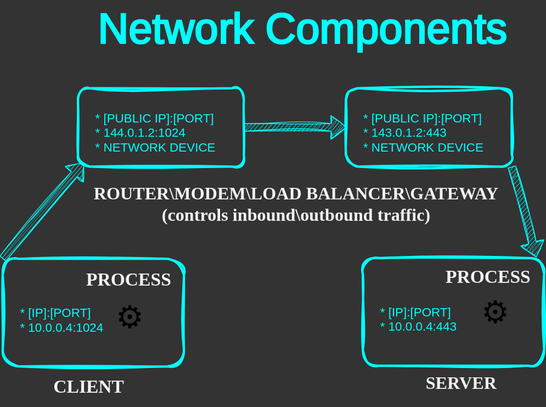
Earlier version of the draw.io export course/content/operating-systems/linux/monitoring/network/network.drawio.svg (marcel-dempers/docker-development-youtube-series). Source tidied: cells renumbered, new cells last; positions are measured from the earlier drawing's top-left corner, leaving out a move shared by most shapes. Source of this version:
```xml
<mxGraphModel background="#333333">
  <root>
    <mxCell id="0" />
    <mxCell id="1" parent="0" />
    <mxCell id="2" value="&lt;font style=&quot;font-size: 16px;&quot;&gt;&lt;br&gt;&lt;/font&gt;&lt;div&gt;&lt;font style=&quot;font-size: 16px;&quot;&gt;* [IP]:[PORT]&amp;nbsp;&lt;/font&gt;&lt;/div&gt;&lt;div&gt;&lt;font style=&quot;font-size: 16px;&quot;&gt;* 10.0.0.4:1024&lt;/font&gt;&lt;/div&gt;" style="rounded=1;whiteSpace=wrap;html=1;sketch=1;curveFitting=1;jiggle=2;strokeColor=#00FFFF;strokeWidth=3;fillColor=none;fontColor=#00FFFF;verticalAlign=middle;align=left;spacingLeft=21;" parent="1" vertex="1">
      <mxGeometry y="336" width="236.1" height="140" as="geometry" />
    </mxCell>
    <mxCell id="3" value="&lt;font style=&quot;font-size: 55px;&quot;&gt;&lt;span style=&quot;font-size: 55px;&quot;&gt;Network Components&lt;/span&gt;&lt;/font&gt;" style="text;strokeColor=none;align=center;fillColor=none;html=1;verticalAlign=middle;whiteSpace=wrap;rounded=0;sketch=1;hachureGap=4;jiggle=2;curveFitting=1;fontFamily=Architects Daughter;fontSource=https%3A%2F%2Ffonts.googleapis.com%2Fcss%3Ffamily%3DArchitects%2BDaughter;fontSize=55;fontColor=#00FFFF;fontStyle=1;" parent="1" vertex="1">
      <mxGeometry x="90" width="600" height="73.6" as="geometry" />
    </mxCell>
    <mxCell id="4" value="&lt;font size=&quot;1&quot; style=&quot;&quot;&gt;&lt;b style=&quot;font-size: 24px;&quot;&gt;CLIENT&lt;/b&gt;&lt;/font&gt;" style="text;html=1;align=center;verticalAlign=middle;strokeColor=none;fillColor=none;fontSize=28;fontColor=#F2F2F2;fontFamily=Verdana;" parent="1" vertex="1">
      <mxGeometry x="52" y="476" width="120" height="50" as="geometry" />
    </mxCell>
    <mxCell id="5" value="&lt;p style=&quot;line-height: 20%; font-size: 23px;&quot;&gt;&lt;b&gt;SERVER&lt;/b&gt;&lt;/p&gt;" style="text;html=1;align=center;verticalAlign=middle;strokeColor=none;fillColor=none;fontSize=24;fontColor=#F2F2F2;fontFamily=Verdana;" parent="1" vertex="1">
      <mxGeometry x="537" y="469" width="120" height="60" as="geometry" />
    </mxCell>
    <mxCell id="6" style="edgeStyle=none;shape=flexArrow;sketch=1;hachureGap=4;jiggle=2;curveFitting=1;html=1;strokeColor=#00FFFF;fontFamily=Architects Daughter;fontSource=https%3A%2F%2Ffonts.googleapis.com%2Fcss%3Ffamily%3DArchitects%2BDaughter;fontSize=16;fontColor=#FFFF33;fillColor=#00FFFF;exitX=0;exitY=0;exitDx=0;exitDy=0;entryX=0.037;entryY=0.951;entryDx=0;entryDy=0;entryPerimeter=0;" parent="1" edge="1" source="2" target="8">
      <mxGeometry relative="1" as="geometry" />
    </mxCell>
    <mxCell id="7" value="&lt;font style=&quot;font-size: 16px;&quot;&gt;&lt;br&gt;&lt;/font&gt;&lt;div&gt;&lt;font style=&quot;font-size: 16px;&quot;&gt;* [IP]:[PORT]&amp;nbsp;&lt;/font&gt;&lt;/div&gt;&lt;div&gt;&lt;font style=&quot;font-size: 16px;&quot;&gt;* 10.0.0.4:443&lt;/font&gt;&lt;/div&gt;" style="rounded=1;whiteSpace=wrap;html=1;sketch=1;curveFitting=1;jiggle=2;strokeColor=#00FFFF;strokeWidth=3;fillColor=none;fontColor=#00FFFF;verticalAlign=middle;align=left;spacingLeft=21;" parent="1" vertex="1">
      <mxGeometry x="469" y="335" width="236.1" height="140" as="geometry" />
    </mxCell>
    <mxCell id="8" value="&lt;br&gt;&lt;div&gt;&lt;div&gt;&lt;font style=&quot;font-size: 16px;&quot;&gt;* [PUBLIC IP]:[PORT]&lt;/font&gt;&lt;/div&gt;&lt;div&gt;&lt;font style=&quot;font-size: 16px;&quot;&gt;* 144.0.1.2:1024&lt;/font&gt;&lt;/div&gt;&lt;/div&gt;&lt;div&gt;&lt;font style=&quot;font-size: 16px;&quot;&gt;* NETWORK DEVICE&lt;/font&gt;&lt;/div&gt;" style="rounded=1;whiteSpace=wrap;html=1;sketch=1;curveFitting=1;jiggle=2;strokeColor=#00FFFF;strokeWidth=3;fillColor=none;fontColor=#00FFFF;verticalAlign=middle;align=left;spacingLeft=21;" parent="1" vertex="1">
      <mxGeometry x="98" y="114" width="216" height="102" as="geometry" />
    </mxCell>
    <mxCell id="9" style="edgeStyle=none;shape=flexArrow;sketch=1;hachureGap=4;jiggle=2;curveFitting=1;html=1;strokeColor=#00FFFF;fontFamily=Architects Daughter;fontSource=https%3A%2F%2Ffonts.googleapis.com%2Fcss%3Ffamily%3DArchitects%2BDaughter;fontSize=16;fontColor=#FFFF33;fillColor=#00FFFF;exitX=1;exitY=1;exitDx=0;exitDy=0;entryX=0.957;entryY=-0.007;entryDx=0;entryDy=0;entryPerimeter=0;" parent="1" edge="1" source="10" target="7">
      <mxGeometry relative="1" as="geometry" />
    </mxCell>
    <mxCell id="10" value="&lt;br&gt;&lt;div&gt;&lt;div&gt;&lt;font style=&quot;font-size: 16px;&quot;&gt;* [PUBLIC IP]:[PORT]&lt;/font&gt;&lt;/div&gt;&lt;div&gt;&lt;font style=&quot;font-size: 16px;&quot;&gt;* 143.0.1.2:443&lt;/font&gt;&lt;/div&gt;&lt;/div&gt;&lt;div&gt;&lt;font style=&quot;font-size: 16px;&quot;&gt;* NETWORK DEVICE&lt;/font&gt;&lt;/div&gt;" style="rounded=1;whiteSpace=wrap;html=1;sketch=1;curveFitting=1;jiggle=2;strokeColor=#00FFFF;strokeWidth=3;fillColor=none;fontColor=#00FFFF;verticalAlign=middle;align=left;spacingLeft=21;" parent="1" vertex="1">
      <mxGeometry x="447" y="114" width="216" height="102" as="geometry" />
    </mxCell>
    <mxCell id="11" value="&lt;font&gt;&lt;b&gt;ROUTER\MODEM\LOAD BALANCER\GATEWAY&lt;/b&gt;&lt;/font&gt;&lt;div&gt;&lt;font&gt;&lt;b&gt;(controls inbound\outbound traffic)&lt;/b&gt;&lt;/font&gt;&lt;/div&gt;" style="text;html=1;align=center;verticalAlign=middle;points=[];strokeColor=none;fillColor=none;fontSize=23;fontColor=#F2F2F2;fontFamily=Verdana;" parent="1" vertex="1">
      <mxGeometry x="109" y="231" width="545" height="67" as="geometry" />
    </mxCell>
    <mxCell id="12" style="edgeStyle=none;shape=flexArrow;sketch=1;hachureGap=4;jiggle=2;curveFitting=1;html=1;strokeColor=#00FFFF;fontFamily=Architects Daughter;fontSource=https%3A%2F%2Ffonts.googleapis.com%2Fcss%3Ffamily%3DArchitects%2BDaughter;fontSize=16;fontColor=#FFFF33;fillColor=#00FFFF;exitX=1;exitY=0.5;exitDx=0;exitDy=0;entryX=0;entryY=0.5;entryDx=0;entryDy=0;" parent="1" edge="1" source="8" target="10">
      <mxGeometry relative="1" as="geometry" />
    </mxCell>
    <mxCell id="13" value="&lt;font size=&quot;1&quot; style=&quot;&quot;&gt;&lt;b style=&quot;font-size: 24px;&quot;&gt;PROCESS&lt;/b&gt;&lt;/font&gt;" style="text;html=1;align=center;verticalAlign=middle;strokeColor=none;fillColor=none;fontSize=28;fontColor=#F2F2F2;fontFamily=Verdana;" parent="1" vertex="1">
      <mxGeometry x="99" y="338" width="129" height="46" as="geometry" />
    </mxCell>
    <mxCell id="14" value="&lt;font size=&quot;1&quot; style=&quot;&quot;&gt;&lt;b style=&quot;font-size: 24px;&quot;&gt;PROCESS&lt;/b&gt;&lt;/font&gt;" style="text;html=1;align=center;verticalAlign=middle;strokeColor=none;fillColor=none;fontSize=28;fontColor=#F2F2F2;fontFamily=Verdana;" parent="1" vertex="1">
      <mxGeometry x="567" y="335" width="129" height="46" as="geometry" />
    </mxCell>
    <mxCell id="15" value="⚙️" style="text;html=1;align=center;verticalAlign=middle;strokeColor=none;fillColor=none;fontSize=41;" parent="1" vertex="1">
      <mxGeometry x="131" y="381" width="69" height="61" as="geometry" />
    </mxCell>
    <mxCell id="16" value="⚙️" style="text;html=1;align=center;verticalAlign=middle;strokeColor=none;fillColor=none;fontSize=41;" parent="1" vertex="1">
      <mxGeometry x="607" y="375.5" width="69" height="61" as="geometry" />
    </mxCell>
  </root>
</mxGraphModel>
```
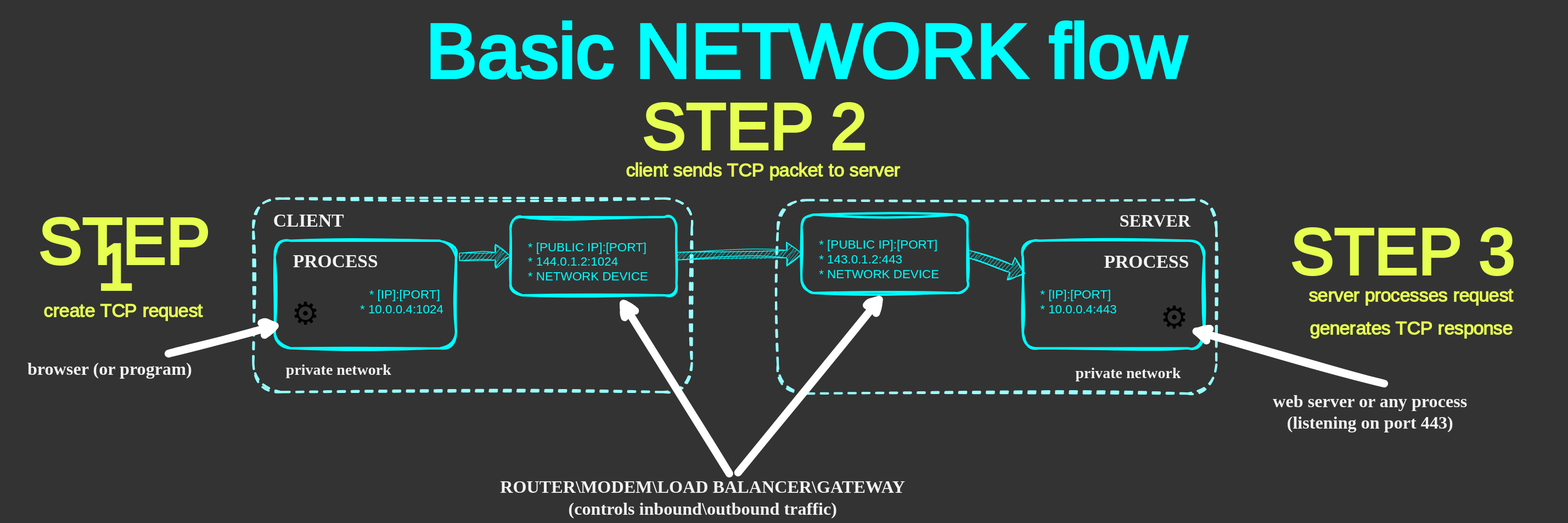
The same diagram one commit later.

What changed in the source:
```diff
@@ -2,50 +2,93 @@
   <root>
     <mxCell id="0" />
     <mxCell id="1" parent="0" />
+    <mxCell id="17" style="rounded=1;whiteSpace=wrap;html=1;sketch=1;curveFitting=1;jiggle=2;strokeColor=#99FFFF;strokeWidth=3;fillColor=none;fontColor=#00FFFF;verticalAlign=middle;align=left;spacingLeft=21;dashed=1;" parent="1" vertex="1">
+      <mxGeometry x="393.9" y="159" width="571" height="252" as="geometry" />
+    </mxCell>
+    <mxCell id="18" style="rounded=1;whiteSpace=wrap;html=1;sketch=1;curveFitting=1;jiggle=2;strokeColor=#99FFFF;strokeWidth=3;fillColor=none;fontColor=#00FFFF;verticalAlign=middle;align=left;spacingLeft=21;dashed=1;" parent="1" vertex="1">
+      <mxGeometry x="-289.1" y="157" width="571" height="252" as="geometry" />
+    </mxCell>
-    <mxCell id="2" value="&lt;font style=&quot;font-size: 16px;&quot;&gt;&lt;br&gt;&lt;/font&gt;&lt;div&gt;&lt;font style=&quot;font-size: 16px;&quot;&gt;* [IP]:[PORT]&amp;nbsp;&lt;/font&gt;&lt;/div&gt;&lt;div&gt;&lt;font style=&quot;font-size: 16px;&quot;&gt;* 10.0.0.4:1024&lt;/font&gt;&lt;/div&gt;" style="rounded=1;whiteSpace=wrap;html=1;sketch=1;curveFitting=1;jiggle=2;strokeColor=#00FFFF;strokeWidth=3;fillColor=none;fontColor=#00FFFF;verticalAlign=middle;align=left;spacingLeft=21;" parent="1" vertex="1">
-      <mxGeometry y="336" width="236.1" height="140" as="geometry" />
+    <mxCell id="2" value="&lt;font style=&quot;font-size: 16px;&quot;&gt;&lt;br&gt;&lt;/font&gt;&lt;div&gt;&lt;font style=&quot;font-size: 16px;&quot;&gt;* [IP]:[PORT]&amp;nbsp;&lt;/font&gt;&lt;/div&gt;&lt;div&gt;&lt;font style=&quot;font-size: 16px;&quot;&gt;* 10.0.0.4:1024&lt;/font&gt;&lt;/div&gt;" style="rounded=1;whiteSpace=wrap;html=1;sketch=1;curveFitting=1;jiggle=2;strokeColor=#00FFFF;strokeWidth=3;fillColor=none;fontColor=#00FFFF;verticalAlign=middle;align=right;spacingLeft=21;spacing=16;" parent="1" vertex="1">
+      <mxGeometry x="-261.1" y="212" width="236.1" height="140" as="geometry" />
     </mxCell>
-    <mxCell id="3" value="&lt;font style=&quot;font-size: 55px;&quot;&gt;&lt;span style=&quot;font-size: 55px;&quot;&gt;Network Components&lt;/span&gt;&lt;/font&gt;" style="text;strokeColor=none;align=center;fillColor=none;html=1;verticalAlign=middle;whiteSpace=wrap;rounded=0;sketch=1;hachureGap=4;jiggle=2;curveFitting=1;fontFamily=Architects Daughter;fontSource=https%3A%2F%2Ffonts.googleapis.com%2Fcss%3Ffamily%3DArchitects%2BDaughter;fontSize=55;fontColor=#00FFFF;fontStyle=1;" parent="1" vertex="1">
-      <mxGeometry x="90" width="600" height="73.6" as="geometry" />
+    <mxCell id="3" value="&lt;font&gt;&lt;span&gt;Basic NETWORK flow&lt;/span&gt;&lt;/font&gt;" style="text;strokeColor=none;align=center;fillColor=none;html=1;verticalAlign=middle;whiteSpace=wrap;rounded=0;sketch=1;hachureGap=4;jiggle=2;curveFitting=1;fontFamily=Architects Daughter;fontSource=https%3A%2F%2Ffonts.googleapis.com%2Fcss%3Ffamily%3DArchitects%2BDaughter;fontSize=100;fontColor=#00FFFF;fontStyle=1;" parent="1" vertex="1">
+      <mxGeometry x="-163" y="-101" width="1184" height="134" as="geometry" />
     </mxCell>
     <mxCell id="4" value="&lt;font size=&quot;1&quot; style=&quot;&quot;&gt;&lt;b style=&quot;font-size: 24px;&quot;&gt;CLIENT&lt;/b&gt;&lt;/font&gt;" style="text;html=1;align=center;verticalAlign=middle;strokeColor=none;fillColor=none;fontSize=28;fontColor=#F2F2F2;fontFamily=Verdana;" parent="1" vertex="1">
-      <mxGeometry x="52" y="476" width="120" height="50" as="geometry" />
+      <mxGeometry x="-277" y="159" width="120" height="50" as="geometry" />
     </mxCell>
     <mxCell id="5" value="&lt;p style=&quot;line-height: 20%; font-size: 23px;&quot;&gt;&lt;b&gt;SERVER&lt;/b&gt;&lt;/p&gt;" style="text;html=1;align=center;verticalAlign=middle;strokeColor=none;fillColor=none;fontSize=24;fontColor=#F2F2F2;fontFamily=Verdana;" parent="1" vertex="1">
-      <mxGeometry x="537" y="469" width="120" height="60" as="geometry" />
+      <mxGeometry x="824.9" y="157" width="120" height="60" as="geometry" />
     </mxCell>
-    <mxCell id="6" style="edgeStyle=none;shape=flexArrow;sketch=1;hachureGap=4;jiggle=2;curveFitting=1;html=1;strokeColor=#00FFFF;fontFamily=Architects Daughter;fontSource=https%3A%2F%2Ffonts.googleapis.com%2Fcss%3Ffamily%3DArchitects%2BDaughter;fontSize=16;fontColor=#FFFF33;fillColor=#00FFFF;exitX=0;exitY=0;exitDx=0;exitDy=0;entryX=0.037;entryY=0.951;entryDx=0;entryDy=0;entryPerimeter=0;" parent="1" edge="1" source="2" target="8">
+    <mxCell id="6" style="edgeStyle=none;shape=flexArrow;sketch=1;hachureGap=4;jiggle=2;curveFitting=1;html=1;strokeColor=#00FFFF;fontFamily=Architects Daughter;fontSource=https%3A%2F%2Ffonts.googleapis.com%2Fcss%3Ffamily%3DArchitects%2BDaughter;fontSize=16;fontColor=#FFFF33;fillColor=#00FFFF;exitX=1.017;exitY=0.15;exitDx=0;exitDy=0;entryX=0;entryY=0.5;entryDx=0;entryDy=0;exitPerimeter=0;" parent="1" edge="1" source="2" target="8">
       <mxGeometry relative="1" as="geometry" />
     </mxCell>
     <mxCell id="7" value="&lt;font style=&quot;font-size: 16px;&quot;&gt;&lt;br&gt;&lt;/font&gt;&lt;div&gt;&lt;font style=&quot;font-size: 16px;&quot;&gt;* [IP]:[PORT]&amp;nbsp;&lt;/font&gt;&lt;/div&gt;&lt;div&gt;&lt;font style=&quot;font-size: 16px;&quot;&gt;* 10.0.0.4:443&lt;/font&gt;&lt;/div&gt;" style="rounded=1;whiteSpace=wrap;html=1;sketch=1;curveFitting=1;jiggle=2;strokeColor=#00FFFF;strokeWidth=3;fillColor=none;fontColor=#00FFFF;verticalAlign=middle;align=left;spacingLeft=21;" parent="1" vertex="1">
-      <mxGeometry x="469" y="335" width="236.1" height="140" as="geometry" />
+      <mxGeometry x="713" y="212" width="236.1" height="140" as="geometry" />
     </mxCell>
     <mxCell id="8" value="&lt;br&gt;&lt;div&gt;&lt;div&gt;&lt;font style=&quot;font-size: 16px;&quot;&gt;* [PUBLIC IP]:[PORT]&lt;/font&gt;&lt;/div&gt;&lt;div&gt;&lt;font style=&quot;font-size: 16px;&quot;&gt;* 144.0.1.2:1024&lt;/font&gt;&lt;/div&gt;&lt;/div&gt;&lt;div&gt;&lt;font style=&quot;font-size: 16px;&quot;&gt;* NETWORK DEVICE&lt;/font&gt;&lt;/div&gt;" style="rounded=1;whiteSpace=wrap;html=1;sketch=1;curveFitting=1;jiggle=2;strokeColor=#00FFFF;strokeWidth=3;fillColor=none;fontColor=#00FFFF;verticalAlign=middle;align=left;spacingLeft=21;" parent="1" vertex="1">
-      <mxGeometry x="98" y="114" width="216" height="102" as="geometry" />
+      <mxGeometry x="46" y="181" width="216" height="102" as="geometry" />
     </mxCell>
-    <mxCell id="9" style="edgeStyle=none;shape=flexArrow;sketch=1;hachureGap=4;jiggle=2;curveFitting=1;html=1;strokeColor=#00FFFF;fontFamily=Architects Daughter;fontSource=https%3A%2F%2Ffonts.googleapis.com%2Fcss%3Ffamily%3DArchitects%2BDaughter;fontSize=16;fontColor=#FFFF33;fillColor=#00FFFF;exitX=1;exitY=1;exitDx=0;exitDy=0;entryX=0.957;entryY=-0.007;entryDx=0;entryDy=0;entryPerimeter=0;" parent="1" edge="1" source="10" target="7">
+    <mxCell id="9" style="edgeStyle=none;shape=flexArrow;sketch=1;hachureGap=4;jiggle=2;curveFitting=1;html=1;strokeColor=#00FFFF;fontFamily=Architects Daughter;fontSource=https%3A%2F%2Ffonts.googleapis.com%2Fcss%3Ffamily%3DArchitects%2BDaughter;fontSize=16;fontColor=#FFFF33;fillColor=#00FFFF;exitX=1;exitY=0.5;exitDx=0;exitDy=0;entryX=0.013;entryY=0.304;entryDx=0;entryDy=0;entryPerimeter=0;" parent="1" edge="1" source="10" target="7">
       <mxGeometry relative="1" as="geometry" />
     </mxCell>
     <mxCell id="10" value="&lt;br&gt;&lt;div&gt;&lt;div&gt;&lt;font style=&quot;font-size: 16px;&quot;&gt;* [PUBLIC IP]:[PORT]&lt;/font&gt;&lt;/div&gt;&lt;div&gt;&lt;font style=&quot;font-size: 16px;&quot;&gt;* 143.0.1.2:443&lt;/font&gt;&lt;/div&gt;&lt;/div&gt;&lt;div&gt;&lt;font style=&quot;font-size: 16px;&quot;&gt;* NETWORK DEVICE&lt;/font&gt;&lt;/div&gt;" style="rounded=1;whiteSpace=wrap;html=1;sketch=1;curveFitting=1;jiggle=2;strokeColor=#00FFFF;strokeWidth=3;fillColor=none;fontColor=#00FFFF;verticalAlign=middle;align=left;spacingLeft=21;" parent="1" vertex="1">
-      <mxGeometry x="447" y="114" width="216" height="102" as="geometry" />
+      <mxGeometry x="424.9" y="178" width="216" height="102" as="geometry" />
     </mxCell>
     <mxCell id="11" value="&lt;font&gt;&lt;b&gt;ROUTER\MODEM\LOAD BALANCER\GATEWAY&lt;/b&gt;&lt;/font&gt;&lt;div&gt;&lt;font&gt;&lt;b&gt;(controls inbound\outbound traffic)&lt;/b&gt;&lt;/font&gt;&lt;/div&gt;" style="text;html=1;align=center;verticalAlign=middle;points=[];strokeColor=none;fillColor=none;fontSize=23;fontColor=#F2F2F2;fontFamily=Verdana;" parent="1" vertex="1">
-      <mxGeometry x="109" y="231" width="545" height="67" as="geometry" />
+      <mxGeometry x="24" y="513" width="545" height="67" as="geometry" />
     </mxCell>
     <mxCell id="12" style="edgeStyle=none;shape=flexArrow;sketch=1;hachureGap=4;jiggle=2;curveFitting=1;html=1;strokeColor=#00FFFF;fontFamily=Architects Daughter;fontSource=https%3A%2F%2Ffonts.googleapis.com%2Fcss%3Ffamily%3DArchitects%2BDaughter;fontSize=16;fontColor=#FFFF33;fillColor=#00FFFF;exitX=1;exitY=0.5;exitDx=0;exitDy=0;entryX=0;entryY=0.5;entryDx=0;entryDy=0;" parent="1" edge="1" source="8" target="10">
       <mxGeometry relative="1" as="geometry" />
     </mxCell>
     <mxCell id="13" value="&lt;font size=&quot;1&quot; style=&quot;&quot;&gt;&lt;b style=&quot;font-size: 24px;&quot;&gt;PROCESS&lt;/b&gt;&lt;/font&gt;" style="text;html=1;align=center;verticalAlign=middle;strokeColor=none;fillColor=none;fontSize=28;fontColor=#F2F2F2;fontFamily=Verdana;" parent="1" vertex="1">
-      <mxGeometry x="99" y="338" width="129" height="46" as="geometry" />
+      <mxGeometry x="-246.1" y="214" width="129" height="46" as="geometry" />
     </mxCell>
     <mxCell id="14" value="&lt;font size=&quot;1&quot; style=&quot;&quot;&gt;&lt;b style=&quot;font-size: 24px;&quot;&gt;PROCESS&lt;/b&gt;&lt;/font&gt;" style="text;html=1;align=center;verticalAlign=middle;strokeColor=none;fillColor=none;fontSize=28;fontColor=#F2F2F2;fontFamily=Verdana;" parent="1" vertex="1">
-      <mxGeometry x="567" y="335" width="129" height="46" as="geometry" />
+      <mxGeometry x="810" y="215" width="129" height="46" as="geometry" />
     </mxCell>
     <mxCell id="15" value="⚙️" style="text;html=1;align=center;verticalAlign=middle;strokeColor=none;fillColor=none;fontSize=41;" parent="1" vertex="1">
-      <mxGeometry x="131" y="381" width="69" height="61" as="geometry" />
+      <mxGeometry x="-255.1" y="276" width="69" height="61" as="geometry" />
     </mxCell>
     <mxCell id="16" value="⚙️" style="text;html=1;align=center;verticalAlign=middle;strokeColor=none;fillColor=none;fontSize=41;" parent="1" vertex="1">
-      <mxGeometry x="607" y="375.5" width="69" height="61" as="geometry" />
+      <mxGeometry x="876" y="281" width="69" height="61" as="geometry" />
     </mxCell>
+    <mxCell id="19" style="rounded=0;jettySize=auto;html=1;sketch=1;curveFitting=1;jiggle=2;strokeColor=#FFFFFF;strokeWidth=10;exitX=0.584;exitY=0.013;exitDx=0;exitDy=0;exitPerimeter=0;entryX=0.5;entryY=1;entryDx=0;entryDy=0;" parent="1" edge="1" source="11" target="10">
+      <mxGeometry relative="1" as="geometry" />
+    </mxCell>
+    <mxCell id="20" style="rounded=0;jettySize=auto;html=1;sketch=1;curveFitting=1;jiggle=2;strokeColor=#FFFFFF;strokeWidth=10;exitX=0.563;exitY=0.032;exitDx=0;exitDy=0;exitPerimeter=0;entryX=0.653;entryY=1.013;entryDx=0;entryDy=0;entryPerimeter=0;" parent="1" edge="1" source="11" target="8">
+      <mxGeometry relative="1" as="geometry" />
+    </mxCell>
+    <mxCell id="21" value="&lt;font&gt;&lt;b&gt;private network&lt;/b&gt;&lt;/font&gt;" style="text;html=1;align=center;verticalAlign=middle;strokeColor=none;fillColor=none;fontSize=20;fontColor=#F2F2F2;fontFamily=Verdana;" parent="1" vertex="1">
+      <mxGeometry x="751" y="365" width="198" height="36" as="geometry" />
+    </mxCell>
+    <mxCell id="22" value="&lt;font&gt;&lt;b&gt;private network&lt;/b&gt;&lt;/font&gt;" style="text;html=1;align=center;verticalAlign=middle;strokeColor=none;fillColor=none;fontSize=20;fontColor=#F2F2F2;fontFamily=Verdana;" parent="1" vertex="1">
+      <mxGeometry x="-277" y="361" width="198" height="36" as="geometry" />
+    </mxCell>
+    <mxCell id="23" style="rounded=0;jettySize=auto;html=1;sketch=1;curveFitting=1;jiggle=2;strokeColor=#FFFFFF;strokeWidth=10;" parent="1" edge="1" source="24">
+      <mxGeometry relative="1" as="geometry">
+        <mxPoint x="-250.1" y="320" as="targetPoint" />
+      </mxGeometry>
+    </mxCell>
+    <mxCell id="24" value="&lt;b&gt;browser (or program)&lt;/b&gt;" style="text;html=1;align=center;verticalAlign=middle;points=[];strokeColor=none;fillColor=none;fontSize=23;fontColor=#F2F2F2;fontFamily=Verdana;" parent="1" vertex="1">
+      <mxGeometry x="-592" y="359" width="232" height="40" as="geometry" />
+    </mxCell>
+    <mxCell id="25" value="&lt;div style=&quot;line-height: 40%;&quot;&gt;&lt;font&gt;&lt;span&gt;STEP 1&amp;nbsp;&lt;/span&gt;&lt;/font&gt;&lt;div&gt;&lt;font&gt;&lt;span&gt;&lt;font style=&quot;font-size: 24px; line-height: 40%;&quot;&gt;create TCP request&lt;/font&gt;&lt;/span&gt;&lt;/font&gt;&lt;/div&gt;&lt;/div&gt;" style="text;strokeColor=none;align=center;fillColor=none;html=1;verticalAlign=middle;whiteSpace=wrap;rounded=0;sketch=1;hachureGap=4;jiggle=2;curveFitting=1;fontFamily=Architects Daughter;fontSource=https%3A%2F%2Ffonts.googleapis.com%2Fcss%3Ffamily%3DArchitects%2BDaughter;fontSize=85;fontColor=#E7FF51;fontStyle=1;" parent="1" vertex="1">
+      <mxGeometry x="-608" y="223" width="300" height="62" as="geometry" />
+    </mxCell>
+    <mxCell id="26" value="&lt;div style=&quot;line-height: 40%;&quot;&gt;&lt;font&gt;&lt;span&gt;STEP 2&amp;nbsp;&lt;/span&gt;&lt;/font&gt;&lt;div&gt;&lt;font&gt;&lt;span&gt;&lt;font style=&quot;font-size: 24px; line-height: 40%;&quot;&gt;client sends TCP packet to server&lt;/font&gt;&lt;/span&gt;&lt;/font&gt;&lt;/div&gt;&lt;/div&gt;" style="text;strokeColor=none;align=center;fillColor=none;html=1;verticalAlign=middle;whiteSpace=wrap;rounded=0;sketch=1;hachureGap=4;jiggle=2;curveFitting=1;fontFamily=Architects Daughter;fontSource=https%3A%2F%2Ffonts.googleapis.com%2Fcss%3Ffamily%3DArchitects%2BDaughter;fontSize=85;fontColor=#E7FF51;fontStyle=1;" parent="1" vertex="1">
+      <mxGeometry x="171" y="57" width="406.9" height="62" as="geometry" />
+    </mxCell>
+    <mxCell id="27" style="rounded=0;jettySize=auto;html=1;sketch=1;curveFitting=1;jiggle=2;strokeColor=#FFFFFF;strokeWidth=10;exitX=0.553;exitY=-0.045;exitDx=0;exitDy=0;exitPerimeter=0;" parent="1" edge="1" source="28">
+      <mxGeometry relative="1" as="geometry">
+        <mxPoint x="928" y="327" as="targetPoint" />
+      </mxGeometry>
+    </mxCell>
+    <mxCell id="28" value="&lt;b&gt;web server or any process&lt;/b&gt;&lt;div&gt;&lt;b&gt;(listening on port 443)&lt;/b&gt;&lt;/div&gt;" style="text;html=1;align=center;verticalAlign=middle;points=[];strokeColor=none;fillColor=none;fontSize=23;fontColor=#F2F2F2;fontFamily=Verdana;" parent="1" vertex="1">
+      <mxGeometry x="985" y="401" width="359" height="67" as="geometry" />
+    </mxCell>
+    <mxCell id="29" value="&lt;div style=&quot;line-height: 40%;&quot;&gt;&lt;font&gt;&lt;span&gt;STEP 3&amp;nbsp;&lt;/span&gt;&lt;/font&gt;&lt;div&gt;&lt;font&gt;&lt;span&gt;&lt;font style=&quot;font-size: 24px; line-height: 40%;&quot;&gt;server processes request&lt;/font&gt;&lt;/span&gt;&lt;/font&gt;&lt;/div&gt;&lt;div&gt;&lt;font&gt;&lt;span&gt;&lt;font style=&quot;font-size: 24px; line-height: 40%;&quot;&gt;generates TCP response&lt;/font&gt;&lt;/span&gt;&lt;/font&gt;&lt;/div&gt;&lt;/div&gt;" style="text;strokeColor=none;align=center;fillColor=none;html=1;verticalAlign=middle;whiteSpace=wrap;rounded=0;sketch=1;hachureGap=4;jiggle=2;curveFitting=1;fontFamily=Architects Daughter;fontSource=https%3A%2F%2Ffonts.googleapis.com%2Fcss%3Ffamily%3DArchitects%2BDaughter;fontSize=85;fontColor=#E7FF51;fontStyle=1;" parent="1" vertex="1">
+      <mxGeometry x="1015" y="242" width="406.9" height="62" as="geometry" />
+    </mxCell>
   </root>
 </mxGraphModel>
```
